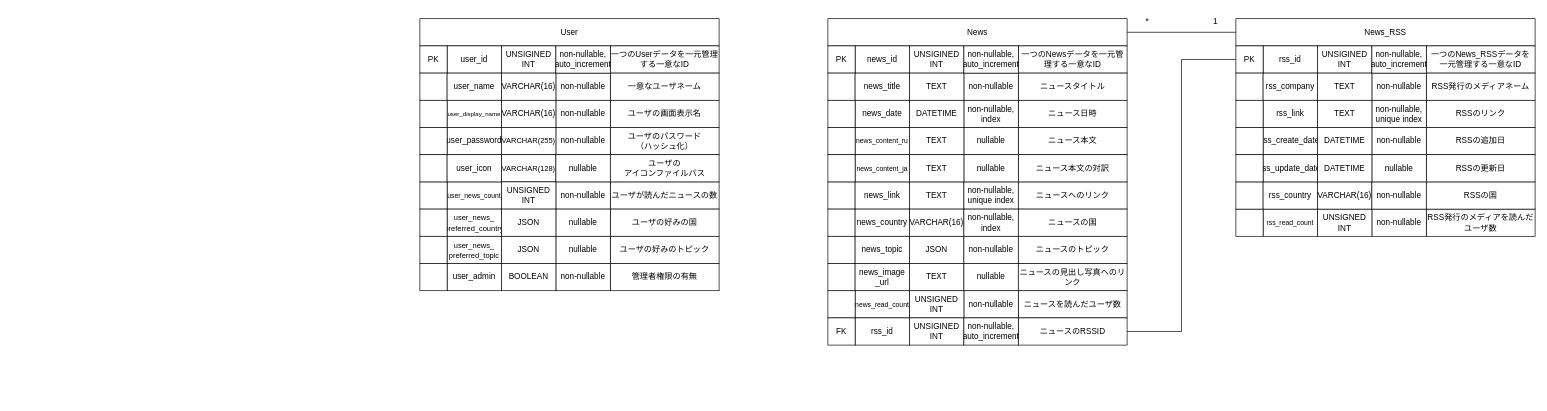
Earlier version of the draw.io diagram ERD.drawio (kokoa454/CIS_Insight). Source tidied: cells renumbered, new cells numbered last; positions are measured from the earlier drawing's top-left corner, leaving out a move shared by most shapes. Both pictures are drawn from the tidied source at 68%, with x=0, y=0 at pixel (420, 12).
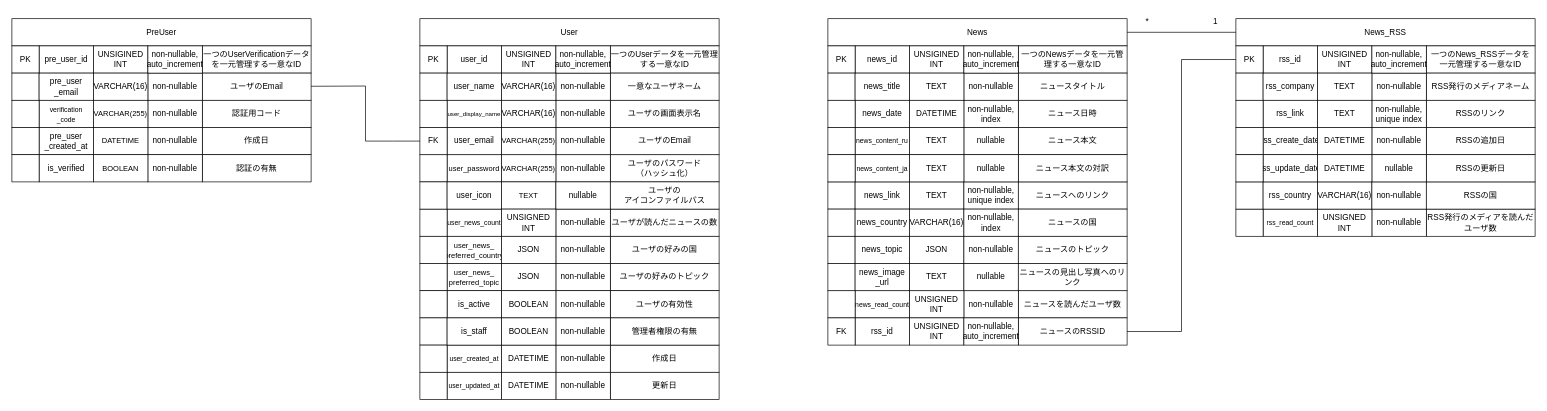
The same diagram, later.

The edit, as a diff of the source:
```diff
@@
-    <mxCell id="12" value="user_password" style="rounded=0;whiteSpace=wrap;html=1;" parent="1" vertex="1">
-      <mxGeometry x="40" y="170" width="80" height="40" as="geometry" />
+    <mxCell id="12" value="&lt;font style=&quot;font-size: 11px;&quot;&gt;user_password&lt;/font&gt;" style="rounded=0;whiteSpace=wrap;html=1;" parent="1" vertex="1">
+      <mxGeometry x="40" y="210" width="80" height="40" as="geometry" />
     </mxCell>
     <mxCell id="13" style="rounded=0;whiteSpace=wrap;html=1;" parent="1" vertex="1">
-      <mxGeometry y="170" width="40" height="40" as="geometry" />
+      <mxGeometry y="210" width="40" height="40" as="geometry" />
     </mxCell>
     <mxCell id="14" value="&lt;div&gt;ユーザのパスワード&lt;/div&gt;&lt;div&gt;（ハッシュ化）&lt;/div&gt;" style="rounded=0;whiteSpace=wrap;html=1;" parent="1" vertex="1">
-      <mxGeometry x="280" y="170" width="160" height="40" as="geometry" />
+      <mxGeometry x="280" y="210" width="160" height="40" as="geometry" />
     </mxCell>
     <mxCell id="15" value="&lt;font style=&quot;font-size: 10px;&quot;&gt;user_news_count&lt;/font&gt;" style="rounded=0;whiteSpace=wrap;html=1;" parent="1" vertex="1">
-      <mxGeometry x="40" y="250" width="80" height="40" as="geometry" />
+      <mxGeometry x="40" y="290" width="80" height="40" as="geometry" />
     </mxCell>
     <mxCell id="16" value="ユーザが読んだニュースの数" style="rounded=0;whiteSpace=wrap;html=1;" parent="1" vertex="1">
-      <mxGeometry x="280" y="250" width="160" height="40" as="geometry" />
+      <mxGeometry x="280" y="290" width="160" height="40" as="geometry" />
     </mxCell>
     <mxCell id="17" style="rounded=0;whiteSpace=wrap;html=1;" parent="1" vertex="1">
-      <mxGeometry y="250" width="40" height="40" as="geometry" />
+      <mxGeometry y="290" width="40" height="40" as="geometry" />
     </mxCell>
@@
     <mxCell id="22" value="non-nullable" style="rounded=0;whiteSpace=wrap;html=1;" parent="1" vertex="1">
-      <mxGeometry x="200" y="170" width="80" height="40" as="geometry" />
+      <mxGeometry x="200" y="210" width="80" height="40" as="geometry" />
     </mxCell>
     <mxCell id="23" value="non-nullable" style="rounded=0;whiteSpace=wrap;html=1;" parent="1" vertex="1">
-      <mxGeometry x="200" y="250" width="80" height="40" as="geometry" />
+      <mxGeometry x="200" y="290" width="80" height="40" as="geometry" />
     </mxCell>
@@
     <mxCell id="26" value="&lt;font style=&quot;font-size: 11px;&quot;&gt;VARCHAR(255)&lt;/font&gt;" style="rounded=0;whiteSpace=wrap;html=1;" parent="1" vertex="1">
-      <mxGeometry x="120" y="170" width="80" height="40" as="geometry" />
+      <mxGeometry x="120" y="210" width="80" height="40" as="geometry" />
     </mxCell>
     <mxCell id="27" style="rounded=0;whiteSpace=wrap;html=1;" parent="1" vertex="1">
-      <mxGeometry y="210" width="40" height="40" as="geometry" />
+      <mxGeometry y="250" width="40" height="40" as="geometry" />
     </mxCell>
     <mxCell id="28" value="user_icon" style="rounded=0;whiteSpace=wrap;html=1;" parent="1" vertex="1">
-      <mxGeometry x="40" y="210" width="80" height="40" as="geometry" />
+      <mxGeometry x="40" y="250" width="80" height="40" as="geometry" />
     </mxCell>
-    <mxCell id="29" value="&lt;font style=&quot;font-size: 11px;&quot;&gt;VARCHAR(128)&lt;/font&gt;" style="rounded=0;whiteSpace=wrap;html=1;" parent="1" vertex="1">
-      <mxGeometry x="120" y="210" width="80" height="40" as="geometry" />
+    <mxCell id="29" value="&lt;font style=&quot;font-size: 11px;&quot;&gt;TEXT&lt;/font&gt;" style="rounded=0;whiteSpace=wrap;html=1;" parent="1" vertex="1">
+      <mxGeometry x="120" y="250" width="80" height="40" as="geometry" />
     </mxCell>
     <mxCell id="30" value="nullable" style="rounded=0;whiteSpace=wrap;html=1;" parent="1" vertex="1">
-      <mxGeometry x="200" y="210" width="80" height="40" as="geometry" />
+      <mxGeometry x="200" y="250" width="80" height="40" as="geometry" />
     </mxCell>
     <mxCell id="31" value="&lt;div&gt;ユーザの&lt;/div&gt;&lt;div&gt;アイコンファイルパス&lt;/div&gt;" style="rounded=0;whiteSpace=wrap;html=1;" parent="1" vertex="1">
-      <mxGeometry x="280" y="210" width="160" height="40" as="geometry" />
+      <mxGeometry x="280" y="250" width="160" height="40" as="geometry" />
     </mxCell>
     <mxCell id="32" value="UNSIGNED INT" style="rounded=0;whiteSpace=wrap;html=1;" parent="1" vertex="1">
-      <mxGeometry x="120" y="250" width="80" height="40" as="geometry" />
+      <mxGeometry x="120" y="290" width="80" height="40" as="geometry" />
     </mxCell>
@@
     <mxCell id="64" value="&lt;div&gt;&lt;font style=&quot;font-size: 11px;&quot;&gt;user_news_&lt;/font&gt;&lt;/div&gt;&lt;div&gt;&lt;font style=&quot;font-size: 11px;&quot;&gt;preferred_country&lt;/font&gt;&lt;/div&gt;" style="rounded=0;whiteSpace=wrap;html=1;" parent="1" vertex="1">
-      <mxGeometry x="40" y="290" width="80" height="40" as="geometry" />
+      <mxGeometry x="40" y="330" width="80" height="40" as="geometry" />
     </mxCell>
     <mxCell id="65" value="ユーザの好みの国" style="rounded=0;whiteSpace=wrap;html=1;" parent="1" vertex="1">
-      <mxGeometry x="280" y="290" width="160" height="40" as="geometry" />
+      <mxGeometry x="280" y="330" width="160" height="40" as="geometry" />
     </mxCell>
     <mxCell id="66" style="rounded=0;whiteSpace=wrap;html=1;" parent="1" vertex="1">
-      <mxGeometry y="290" width="40" height="40" as="geometry" />
+      <mxGeometry y="330" width="40" height="40" as="geometry" />
     </mxCell>
-    <mxCell id="67" value="nullable" style="rounded=0;whiteSpace=wrap;html=1;" parent="1" vertex="1">
-      <mxGeometry x="200" y="290" width="80" height="40" as="geometry" />
+    <mxCell id="67" value="non-nullable" style="rounded=0;whiteSpace=wrap;html=1;" parent="1" vertex="1">
+      <mxGeometry x="200" y="330" width="80" height="40" as="geometry" />
     </mxCell>
     <mxCell id="68" value="JSON" style="rounded=0;whiteSpace=wrap;html=1;" parent="1" vertex="1">
-      <mxGeometry x="120" y="290" width="80" height="40" as="geometry" />
+      <mxGeometry x="120" y="330" width="80" height="40" as="geometry" />
     </mxCell>
     <mxCell id="69" value="&lt;div&gt;&lt;font style=&quot;font-size: 11px;&quot;&gt;user_news_&lt;/font&gt;&lt;/div&gt;&lt;div&gt;&lt;font style=&quot;font-size: 11px;&quot;&gt;preferred_topic&lt;/font&gt;&lt;/div&gt;" style="rounded=0;whiteSpace=wrap;html=1;" parent="1" vertex="1">
-      <mxGeometry x="40" y="330" width="80" height="40" as="geometry" />
+      <mxGeometry x="40" y="370" width="80" height="40" as="geometry" />
     </mxCell>
     <mxCell id="70" value="ユーザの好みのトピック" style="rounded=0;whiteSpace=wrap;html=1;" parent="1" vertex="1">
-      <mxGeometry x="280" y="330" width="160" height="40" as="geometry" />
+      <mxGeometry x="280" y="370" width="160" height="40" as="geometry" />
     </mxCell>
     <mxCell id="71" style="rounded=0;whiteSpace=wrap;html=1;" parent="1" vertex="1">
-      <mxGeometry y="330" width="40" height="40" as="geometry" />
+      <mxGeometry y="370" width="40" height="40" as="geometry" />
     </mxCell>
-    <mxCell id="72" value="nullable" style="rounded=0;whiteSpace=wrap;html=1;" parent="1" vertex="1">
-      <mxGeometry x="200" y="330" width="80" height="40" as="geometry" />
+    <mxCell id="72" value="non-nullable" style="rounded=0;whiteSpace=wrap;html=1;" parent="1" vertex="1">
+      <mxGeometry x="200" y="370" width="80" height="40" as="geometry" />
     </mxCell>
     <mxCell id="73" value="JSON" style="rounded=0;whiteSpace=wrap;html=1;" parent="1" vertex="1">
-      <mxGeometry x="120" y="330" width="80" height="40" as="geometry" />
+      <mxGeometry x="120" y="370" width="80" height="40" as="geometry" />
     </mxCell>
@@
-    <mxCell id="125" value="user_admin" style="rounded=0;whiteSpace=wrap;html=1;" parent="1" vertex="1">
-      <mxGeometry x="40" y="370" width="80" height="40" as="geometry" />
+    <mxCell id="125" value="is_active" style="rounded=0;whiteSpace=wrap;html=1;" parent="1" vertex="1">
+      <mxGeometry x="40" y="410" width="80" height="40" as="geometry" />
     </mxCell>
-    <mxCell id="126" value="管理者権限の有無" style="rounded=0;whiteSpace=wrap;html=1;" parent="1" vertex="1">
-      <mxGeometry x="280" y="370" width="160" height="40" as="geometry" />
+    <mxCell id="126" value="ユーザの有効性" style="rounded=0;whiteSpace=wrap;html=1;" parent="1" vertex="1">
+      <mxGeometry x="280" y="410" width="160" height="40" as="geometry" />
     </mxCell>
     <mxCell id="127" style="rounded=0;whiteSpace=wrap;html=1;" parent="1" vertex="1">
-      <mxGeometry y="370" width="40" height="40" as="geometry" />
+      <mxGeometry y="410" width="40" height="40" as="geometry" />
     </mxCell>
     <mxCell id="128" value="non-nullable" style="rounded=0;whiteSpace=wrap;html=1;" parent="1" vertex="1">
-      <mxGeometry x="200" y="370" width="80" height="40" as="geometry" />
+      <mxGeometry x="200" y="410" width="80" height="40" as="geometry" />
     </mxCell>
     <mxCell id="129" value="BOOLEAN" style="rounded=0;whiteSpace=wrap;html=1;" parent="1" vertex="1">
-      <mxGeometry x="120" y="370" width="80" height="40" as="geometry" />
+      <mxGeometry x="120" y="410" width="80" height="40" as="geometry" />
     </mxCell>
@@
+    <mxCell id="144" value="&lt;font style=&quot;font-size: 12px;&quot;&gt;user_email&lt;/font&gt;" style="rounded=0;whiteSpace=wrap;html=1;" parent="1" vertex="1">
+      <mxGeometry x="40" y="170" width="80" height="40" as="geometry" />
+    </mxCell>
+    <mxCell id="145" value="ユーザのEmail" style="rounded=0;whiteSpace=wrap;html=1;" parent="1" vertex="1">
+      <mxGeometry x="280" y="170" width="160" height="40" as="geometry" />
+    </mxCell>
+    <mxCell id="146" value="FK" style="rounded=0;whiteSpace=wrap;html=1;" parent="1" vertex="1">
+      <mxGeometry y="170" width="40" height="40" as="geometry" />
+    </mxCell>
+    <mxCell id="147" value="non-nullable" style="rounded=0;whiteSpace=wrap;html=1;" parent="1" vertex="1">
+      <mxGeometry x="200" y="170" width="80" height="40" as="geometry" />
+    </mxCell>
+    <mxCell id="148" value="&lt;font style=&quot;font-size: 11px;&quot;&gt;VARCHAR(255)&lt;/font&gt;" style="rounded=0;whiteSpace=wrap;html=1;" parent="1" vertex="1">
+      <mxGeometry x="120" y="170" width="80" height="40" as="geometry" />
+    </mxCell>
+    <mxCell id="149" value="&lt;font style=&quot;font-size: 10px;&quot;&gt;user_created_at&lt;/font&gt;" style="rounded=0;whiteSpace=wrap;html=1;" parent="1" vertex="1">
+      <mxGeometry x="40" y="490" width="80" height="40" as="geometry" />
+    </mxCell>
+    <mxCell id="150" value="作成日" style="rounded=0;whiteSpace=wrap;html=1;" parent="1" vertex="1">
+      <mxGeometry x="280" y="490" width="160" height="40" as="geometry" />
+    </mxCell>
+    <mxCell id="151" style="rounded=0;whiteSpace=wrap;html=1;" parent="1" vertex="1">
+      <mxGeometry y="450" width="40" height="40" as="geometry" />
+    </mxCell>
+    <mxCell id="152" value="non-nullable" style="rounded=0;whiteSpace=wrap;html=1;" parent="1" vertex="1">
+      <mxGeometry x="200" y="490" width="80" height="40" as="geometry" />
+    </mxCell>
+    <mxCell id="153" value="DATETIME" style="rounded=0;whiteSpace=wrap;html=1;" parent="1" vertex="1">
+      <mxGeometry x="120" y="490" width="80" height="40" as="geometry" />
+    </mxCell>
+    <mxCell id="154" value="&lt;font style=&quot;font-size: 10px;&quot;&gt;user_updated_at&lt;/font&gt;" style="rounded=0;whiteSpace=wrap;html=1;" parent="1" vertex="1">
+      <mxGeometry x="40" y="530" width="80" height="40" as="geometry" />
+    </mxCell>
+    <mxCell id="155" value="更新日" style="rounded=0;whiteSpace=wrap;html=1;" parent="1" vertex="1">
+      <mxGeometry x="280" y="530" width="160" height="40" as="geometry" />
+    </mxCell>
+    <mxCell id="156" style="rounded=0;whiteSpace=wrap;html=1;" parent="1" vertex="1">
+      <mxGeometry y="490" width="40" height="40" as="geometry" />
+    </mxCell>
+    <mxCell id="157" value="non-nullable" style="rounded=0;whiteSpace=wrap;html=1;" parent="1" vertex="1">
+      <mxGeometry x="200" y="530" width="80" height="40" as="geometry" />
+    </mxCell>
+    <mxCell id="158" value="DATETIME" style="rounded=0;whiteSpace=wrap;html=1;" parent="1" vertex="1">
+      <mxGeometry x="120" y="530" width="80" height="40" as="geometry" />
+    </mxCell>
+    <mxCell id="159" value="&lt;font style=&quot;font-size: 12px;&quot;&gt;is_staff&lt;/font&gt;" style="rounded=0;whiteSpace=wrap;html=1;" parent="1" vertex="1">
+      <mxGeometry x="40" y="450" width="80" height="40" as="geometry" />
+    </mxCell>
+    <mxCell id="160" value="管理者権限の有無" style="rounded=0;whiteSpace=wrap;html=1;" parent="1" vertex="1">
+      <mxGeometry x="280" y="450" width="160" height="40" as="geometry" />
+    </mxCell>
+    <mxCell id="161" value="non-nullable" style="rounded=0;whiteSpace=wrap;html=1;" parent="1" vertex="1">
+      <mxGeometry x="200" y="450" width="80" height="40" as="geometry" />
+    </mxCell>
+    <mxCell id="162" value="BOOLEAN" style="rounded=0;whiteSpace=wrap;html=1;" parent="1" vertex="1">
+      <mxGeometry x="120" y="450" width="80" height="40" as="geometry" />
+    </mxCell>
+    <mxCell id="163" style="rounded=0;whiteSpace=wrap;html=1;" parent="1" vertex="1">
+      <mxGeometry y="530" width="40" height="40" as="geometry" />
+    </mxCell>
+    <mxCell id="164" value="PreUser" style="rounded=0;whiteSpace=wrap;html=1;" parent="1" vertex="1">
+      <mxGeometry x="-600" y="10" width="440" height="40" as="geometry" />
+    </mxCell>
+    <mxCell id="165" value="一つのUserVerificationデータを一元管理する一意なID" style="rounded=0;whiteSpace=wrap;html=1;" parent="1" vertex="1">
+      <mxGeometry x="-320" y="50" width="160" height="40" as="geometry" />
+    </mxCell>
+    <mxCell id="166" value="pre_user_id" style="rounded=0;whiteSpace=wrap;html=1;" parent="1" vertex="1">
+      <mxGeometry x="-560" y="50" width="80" height="40" as="geometry" />
+    </mxCell>
+    <mxCell id="167" value="&lt;div&gt;PK&lt;/div&gt;" style="rounded=0;whiteSpace=wrap;html=1;" parent="1" vertex="1">
+      <mxGeometry x="-600" y="50" width="40" height="40" as="geometry" />
+    </mxCell>
+    <mxCell id="168" style="rounded=0;whiteSpace=wrap;html=1;" parent="1" vertex="1">
+      <mxGeometry x="-600" y="90" width="40" height="40" as="geometry" />
+    </mxCell>
+    <mxCell id="169" value="pre_user&lt;br&gt;_email" style="rounded=0;whiteSpace=wrap;html=1;" parent="1" vertex="1">
+      <mxGeometry x="-560" y="90" width="80" height="40" as="geometry" />
+    </mxCell>
+    <mxCell id="170" value="&lt;div&gt;ユーザのEmail&lt;/div&gt;" style="rounded=0;whiteSpace=wrap;html=1;" parent="1" vertex="1">
+      <mxGeometry x="-320" y="90" width="160" height="40" as="geometry" />
+    </mxCell>
+    <mxCell id="171" value="&lt;font size=&quot;1&quot;&gt;verification&lt;br&gt;_code&lt;br&gt;&lt;/font&gt;" style="rounded=0;whiteSpace=wrap;html=1;" parent="1" vertex="1">
+      <mxGeometry x="-560" y="130" width="80" height="40" as="geometry" />
+    </mxCell>
+    <mxCell id="172" value="認証用コード" style="rounded=0;whiteSpace=wrap;html=1;" parent="1" vertex="1">
+      <mxGeometry x="-320" y="130" width="160" height="40" as="geometry" />
+    </mxCell>
+    <mxCell id="173" style="rounded=0;whiteSpace=wrap;html=1;" parent="1" vertex="1">
+      <mxGeometry x="-600" y="130" width="40" height="40" as="geometry" />
+    </mxCell>
+    <mxCell id="174" value="UNSIGINED INT" style="rounded=0;whiteSpace=wrap;html=1;" parent="1" vertex="1">
+      <mxGeometry x="-480" y="50" width="80" height="40" as="geometry" />
+    </mxCell>
+    <mxCell id="175" value="non-nullable" style="rounded=0;whiteSpace=wrap;html=1;" parent="1" vertex="1">
+      <mxGeometry x="-400" y="90" width="80" height="40" as="geometry" />
+    </mxCell>
+    <mxCell id="176" value="&lt;div&gt;non-nullable,&lt;/div&gt;&lt;div&gt;auto_increment&lt;/div&gt;" style="rounded=0;whiteSpace=wrap;html=1;" parent="1" vertex="1">
+      <mxGeometry x="-400" y="50" width="80" height="40" as="geometry" />
+    </mxCell>
+    <mxCell id="177" value="non-nullable" style="rounded=0;whiteSpace=wrap;html=1;" parent="1" vertex="1">
+      <mxGeometry x="-400" y="130" width="80" height="40" as="geometry" />
+    </mxCell>
+    <mxCell id="178" value="VARCHAR(16)" style="rounded=0;whiteSpace=wrap;html=1;" parent="1" vertex="1">
+      <mxGeometry x="-480" y="90" width="80" height="40" as="geometry" />
+    </mxCell>
+    <mxCell id="179" value="&lt;font style=&quot;font-size: 11px;&quot;&gt;VARCHAR(255)&lt;/font&gt;" style="rounded=0;whiteSpace=wrap;html=1;" parent="1" vertex="1">
+      <mxGeometry x="-480" y="130" width="80" height="40" as="geometry" />
+    </mxCell>
+    <mxCell id="180" value="pre_user&lt;br&gt;_created_at" style="rounded=0;whiteSpace=wrap;html=1;" parent="1" vertex="1">
+      <mxGeometry x="-560" y="170" width="80" height="40" as="geometry" />
+    </mxCell>
+    <mxCell id="181" value="作成日" style="rounded=0;whiteSpace=wrap;html=1;" parent="1" vertex="1">
+      <mxGeometry x="-320" y="170" width="160" height="40" as="geometry" />
+    </mxCell>
+    <mxCell id="182" style="rounded=0;whiteSpace=wrap;html=1;" parent="1" vertex="1">
+      <mxGeometry x="-600" y="170" width="40" height="40" as="geometry" />
+    </mxCell>
+    <mxCell id="183" value="non-nullable" style="rounded=0;whiteSpace=wrap;html=1;" parent="1" vertex="1">
+      <mxGeometry x="-400" y="170" width="80" height="40" as="geometry" />
+    </mxCell>
+    <mxCell id="184" value="&lt;font style=&quot;font-size: 11px;&quot;&gt;DATETIME&lt;/font&gt;" style="rounded=0;whiteSpace=wrap;html=1;" parent="1" vertex="1">
+      <mxGeometry x="-480" y="170" width="80" height="40" as="geometry" />
+    </mxCell>
+    <mxCell id="185" style="endArrow=none;html=1;rounded=0;exitX=0;exitY=0.5;exitDx=0;exitDy=0;entryX=1;entryY=0.5;entryDx=0;entryDy=0;" parent="1" edge="1" source="146">
+      <mxGeometry relative="1" as="geometry">
+        <mxPoint x="-160" y="109.4" as="targetPoint" />
+        <Array as="points">
+          <mxPoint x="-40" y="190" />
+          <mxPoint x="-80" y="190" />
+          <mxPoint x="-80" y="109" />
+        </Array>
+      </mxGeometry>
+    </mxCell>
+    <mxCell id="186" value="is_verified" style="rounded=0;whiteSpace=wrap;html=1;" parent="1" vertex="1">
+      <mxGeometry x="-560" y="210" width="80" height="40" as="geometry" />
+    </mxCell>
+    <mxCell id="187" value="認証の有無" style="rounded=0;whiteSpace=wrap;html=1;" parent="1" vertex="1">
+      <mxGeometry x="-320" y="210" width="160" height="40" as="geometry" />
+    </mxCell>
+    <mxCell id="188" value="non-nullable" style="rounded=0;whiteSpace=wrap;html=1;" parent="1" vertex="1">
+      <mxGeometry x="-400" y="210" width="80" height="40" as="geometry" />
+    </mxCell>
+    <mxCell id="189" value="&lt;font style=&quot;font-size: 11px;&quot;&gt;BOOLEAN&lt;/font&gt;" style="rounded=0;whiteSpace=wrap;html=1;" parent="1" vertex="1">
+      <mxGeometry x="-480" y="210" width="80" height="40" as="geometry" />
+    </mxCell>
+    <mxCell id="190" style="rounded=0;whiteSpace=wrap;html=1;" parent="1" vertex="1">
+      <mxGeometry x="-600" y="210" width="40" height="40" as="geometry" />
+    </mxCell>
```
